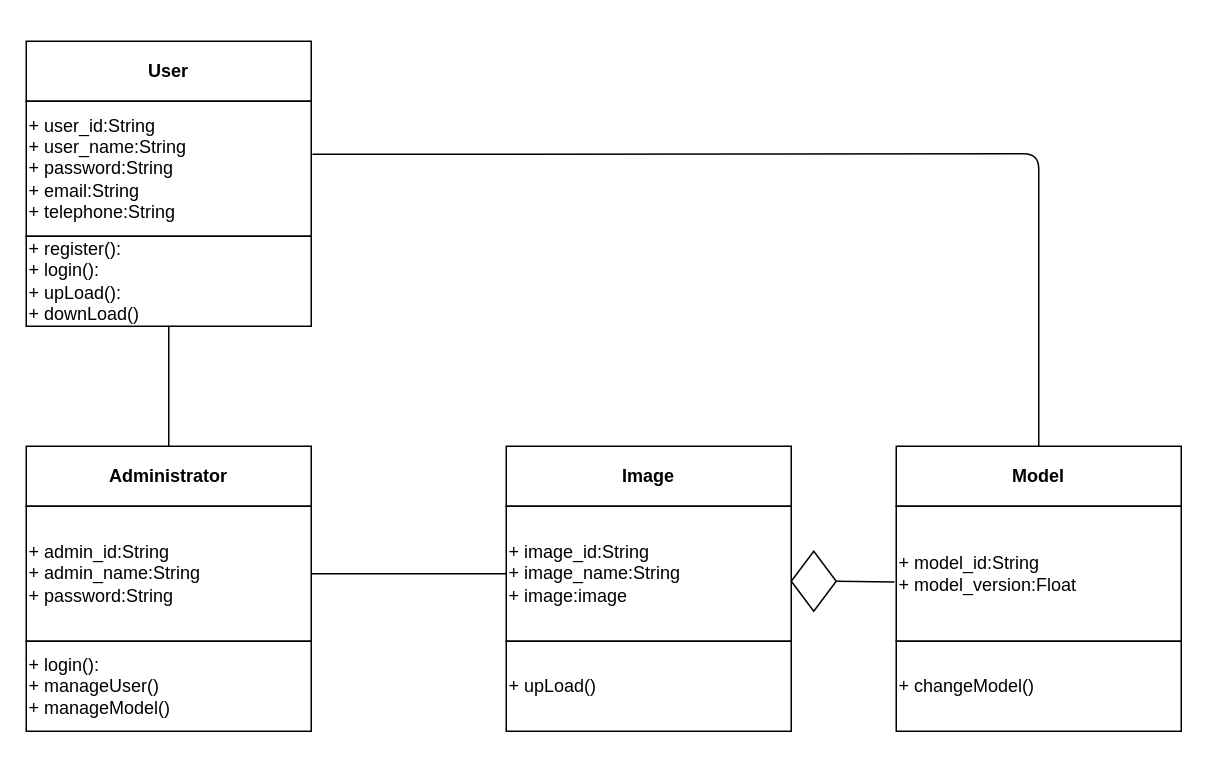
Earlier version of the draw.io diagram 工程实践图.drawio (FelixTt/test). Source tidied: cells renumbered, new cells numbered last; positions are measured from the earlier drawing's top-left corner, leaving out a move shared by most shapes. Both pictures are drawn from the tidied source at 150%, with x=0, y=0 at pixel (26, 40).
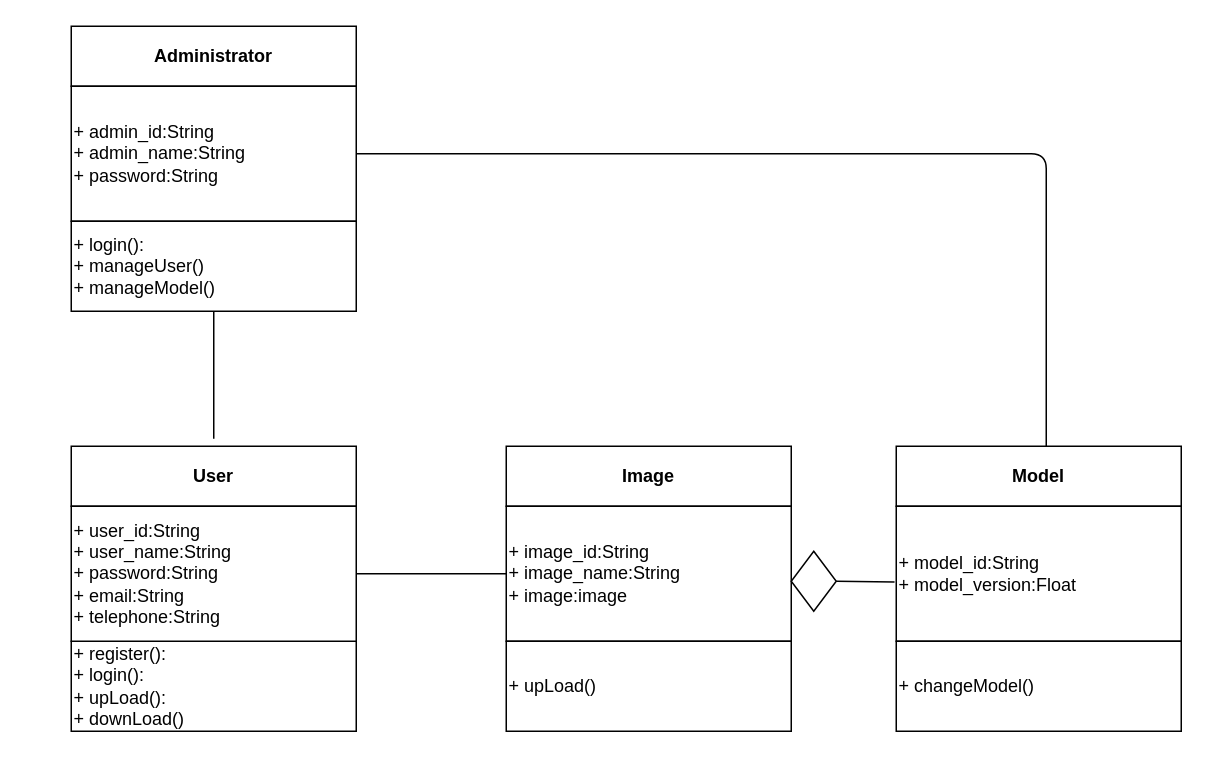
Above is the later version.

Commit message:
Update 工程实践图.drawio

The change refers to these unchanged cells:
```xml
<mxCell id="9" value="&lt;div&gt;+ image_id:String&lt;/div&gt;+&amp;nbsp;image_name&lt;span&gt;:String&lt;br&gt;&lt;/span&gt;+ image:image" style="rounded=0;whiteSpace=wrap;html=1;align=left;" parent="1" vertex="1">
  <mxGeometry x="320" y="310" width="190" height="90" as="geometry" />
</mxCell>
<mxCell id="11" value="&lt;b&gt;Model&lt;/b&gt;" style="rounded=0;whiteSpace=wrap;html=1;" parent="1" vertex="1">
  <mxGeometry x="580" y="270" width="190" height="40" as="geometry" />
</mxCell>
```

Diff of the diagram source:
```diff
@@
-    <mxCell id="2" value="&lt;b&gt;User&lt;/b&gt;" style="rounded=0;whiteSpace=wrap;html=1;" parent="1" vertex="1">
-      <mxGeometry width="190" height="40" as="geometry" />
-    </mxCell>
-    <mxCell id="3" value="&lt;div&gt;+ user_id:String&lt;/div&gt;+&amp;nbsp;&lt;span&gt;user_name:String&lt;br&gt;&lt;/span&gt;+&amp;nbsp;&lt;span&gt;password:String&lt;/span&gt;&lt;span&gt;&lt;br&gt;&lt;/span&gt;+&amp;nbsp;&lt;span&gt;email:String&lt;/span&gt;&lt;br&gt;+&amp;nbsp;&lt;span&gt;telephone:String&lt;/span&gt;" style="rounded=0;whiteSpace=wrap;html=1;align=left;" parent="1" vertex="1">
-      <mxGeometry y="40" width="190" height="90" as="geometry" />
-    </mxCell>
     <mxCell id="4" value="+ register():&lt;br&gt;+ login():&lt;br&gt;+ upLoad():&lt;br&gt;+ downLoad()" style="rounded=0;whiteSpace=wrap;html=1;align=left;" parent="1" vertex="1">
-      <mxGeometry y="130" width="190" height="60" as="geometry" />
+      <mxGeometry x="30" y="400" width="190" height="60" as="geometry" />
     </mxCell>
     <mxCell id="5" value="&lt;b&gt;Administrator&lt;/b&gt;" style="rounded=0;whiteSpace=wrap;html=1;" parent="1" vertex="1">
-      <mxGeometry y="270" width="190" height="40" as="geometry" />
+      <mxGeometry x="30" y="-10" width="190" height="40" as="geometry" />
     </mxCell>
     <mxCell id="6" value="&lt;div&gt;+ admin_id:String&lt;/div&gt;+&amp;nbsp;admin_name&lt;span&gt;:String&lt;br&gt;&lt;/span&gt;+&amp;nbsp;&lt;span&gt;password:String&lt;/span&gt;" style="rounded=0;whiteSpace=wrap;html=1;align=left;" parent="1" vertex="1">
-      <mxGeometry y="310" width="190" height="90" as="geometry" />
+      <mxGeometry x="30" y="30" width="190" height="90" as="geometry" />
     </mxCell>
     <mxCell id="7" value="+ login():&lt;br&gt;+ manageUser()&lt;br&gt;+ manageModel()" style="rounded=0;whiteSpace=wrap;html=1;align=left;" parent="1" vertex="1">
-      <mxGeometry y="400" width="190" height="60" as="geometry" />
+      <mxGeometry x="30" y="120" width="190" height="60" as="geometry" />
     </mxCell>
@@
-    <mxCell id="14" style="endArrow=none;html=1;entryX=0.5;entryY=1;entryDx=0;entryDy=0;exitX=0.5;exitY=0;exitDx=0;exitDy=0;" parent="1" edge="1" source="5" target="4">
-      <mxGeometry relative="1" as="geometry" />
-    </mxCell>
-    <mxCell id="15" style="endArrow=none;html=1;exitX=1;exitY=0.5;exitDx=0;exitDy=0;entryX=0;entryY=0.5;entryDx=0;entryDy=0;" parent="1" edge="1" source="6" target="9">
-      <mxGeometry relative="1" as="geometry" />
-    </mxCell>
-    <mxCell id="16" style="endArrow=none;html=1;exitX=1.004;exitY=0.393;exitDx=0;exitDy=0;exitPerimeter=0;entryX=0.5;entryY=0;entryDx=0;entryDy=0;" parent="1" edge="1" source="3" target="11">
-      <mxGeometry relative="1" as="geometry">
-        <Array as="points">
-          <mxPoint x="675" y="75" />
-        </Array>
-      </mxGeometry>
-    </mxCell>
@@
+    <mxCell id="2" value="&lt;b&gt;User&lt;/b&gt;" style="rounded=0;whiteSpace=wrap;html=1;" parent="1" vertex="1">
+      <mxGeometry x="30" y="270" width="190" height="40" as="geometry" />
+    </mxCell>
+    <mxCell id="3" value="&lt;div&gt;+ user_id:String&lt;/div&gt;+&amp;nbsp;&lt;span&gt;user_name:String&lt;br&gt;&lt;/span&gt;+&amp;nbsp;&lt;span&gt;password:String&lt;/span&gt;&lt;span&gt;&lt;br&gt;&lt;/span&gt;+&amp;nbsp;&lt;span&gt;email:String&lt;/span&gt;&lt;br&gt;+&amp;nbsp;&lt;span&gt;telephone:String&lt;/span&gt;" style="rounded=0;whiteSpace=wrap;html=1;align=left;" parent="1" vertex="1">
+      <mxGeometry x="30" y="310" width="190" height="90" as="geometry" />
+    </mxCell>
+    <mxCell id="19" style="endArrow=none;html=1;entryX=0.5;entryY=1;entryDx=0;entryDy=0;" parent="1" edge="1" target="7">
+      <mxGeometry relative="1" as="geometry">
+        <mxPoint x="125" y="265" as="sourcePoint" />
+      </mxGeometry>
+    </mxCell>
+    <mxCell id="20" style="endArrow=none;html=1;exitX=1;exitY=0.5;exitDx=0;exitDy=0;" parent="1" edge="1" source="6">
+      <mxGeometry relative="1" as="geometry">
+        <mxPoint x="680" y="270" as="targetPoint" />
+        <Array as="points">
+          <mxPoint x="680" y="75" />
+        </Array>
+      </mxGeometry>
+    </mxCell>
+    <mxCell id="21" style="endArrow=none;html=1;exitX=1;exitY=0.5;exitDx=0;exitDy=0;entryX=0;entryY=0.5;entryDx=0;entryDy=0;" parent="1" edge="1" source="3" target="9">
+      <mxGeometry relative="1" as="geometry" />
+    </mxCell>
```
